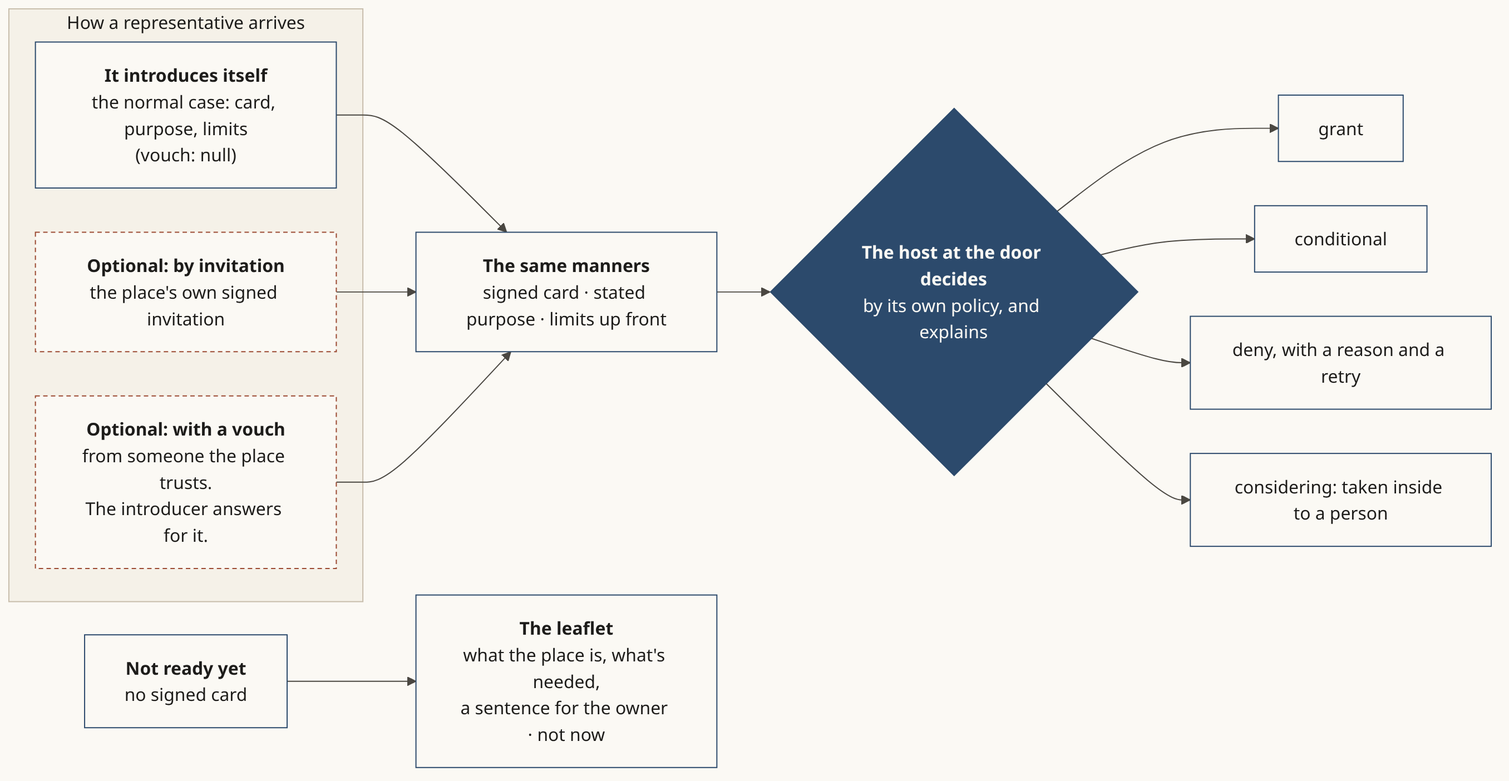
This is docs/diagrams/png/three-ways.png from Kigenka/shokai, a Mermaid export, as it was before one commit. Its source is kept beside it as docs/diagrams/src/three-ways.mmd.
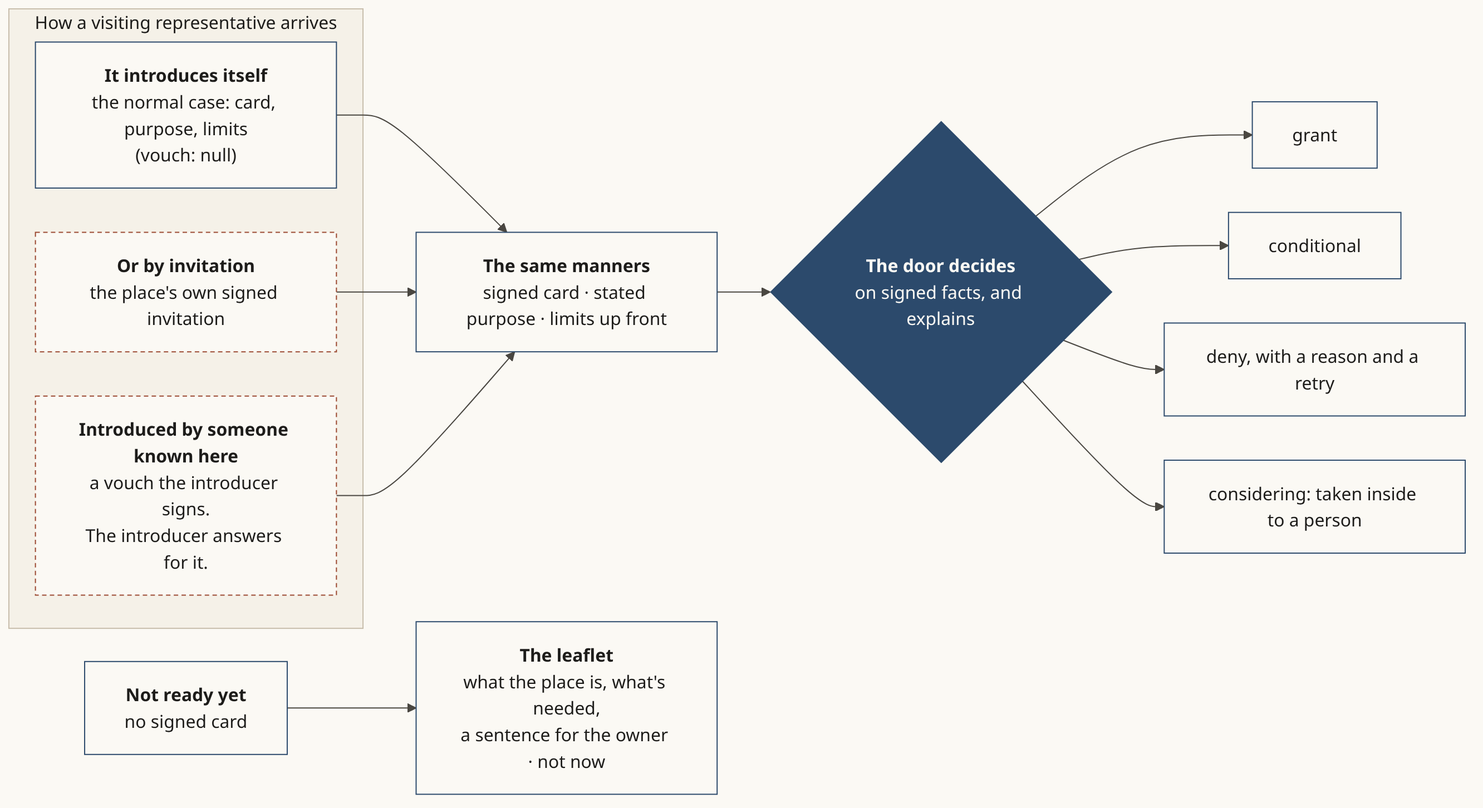
The same diagram one commit later.

Change to the diagram source:
```diff
@@ -1,13 +1,13 @@
 flowchart LR
-  subgraph W["How a representative arrives"]
+  subgraph W["How a visiting representative arrives"]
     direction TB
     V3["<b>It introduces itself</b><br/>the normal case: card, purpose, limits<br/>(vouch: null)"]
-    V1["<b>Optional: by invitation</b><br/>the place's own signed invitation"]
-    V2["<b>Optional: with a vouch</b><br/>from someone the place trusts.<br/>The introducer answers for it."]
+    V1["<b>Or by invitation</b><br/>the place's own signed invitation"]
+    V2["<b>Introduced by someone known here</b><br/>a vouch the introducer signs.<br/>The introducer answers for it."]
   end
   U["<b>Not ready yet</b><br/>no signed card"]
   M["<b>The same manners</b><br/>signed card · stated purpose · limits up front"]
-  D{"<b>The host at the door decides</b><br/>by its own policy, and explains"}
+  D{"<b>The door decides</b><br/>on signed facts, and explains"}
   L["<b>The leaflet</b><br/>what the place is, what's needed,<br/>a sentence for the owner · not now"]
   V3 --> M
   V1 --> M
```
